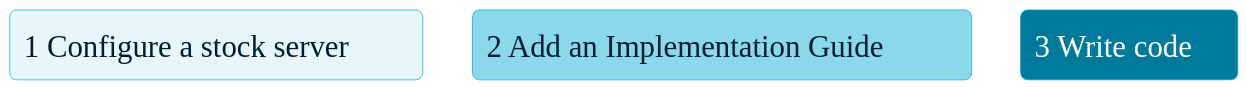
aehrc/qh-connectathon keeps this PlantUML diagram as 2026-10-29/2-FHIR-For-Services/slides/diagrams/effort-legend.svg. Above is the earlier version.
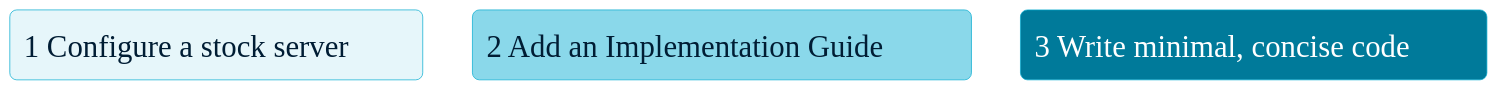
The same diagram one commit later.

Commit message:
slides: level 3 is 'Write minimal, concise code'

The edit, as a diff of the source:
```diff
@@ -3,7 +3,7 @@
 skinparam defaultFontSize 22
 rectangle "1  Configure a stock server" as K1 #$L1
 rectangle "2  Add an Implementation Guide" as K2 #$L2
-rectangle "<color:white>3  Write code</color>" as K3 #$L3
+rectangle "<color:white>3  Write minimal, concise code</color>" as K3 #$L3
 K1 -[hidden]right- K2
 K2 -[hidden]right- K3
 @enduml
```
